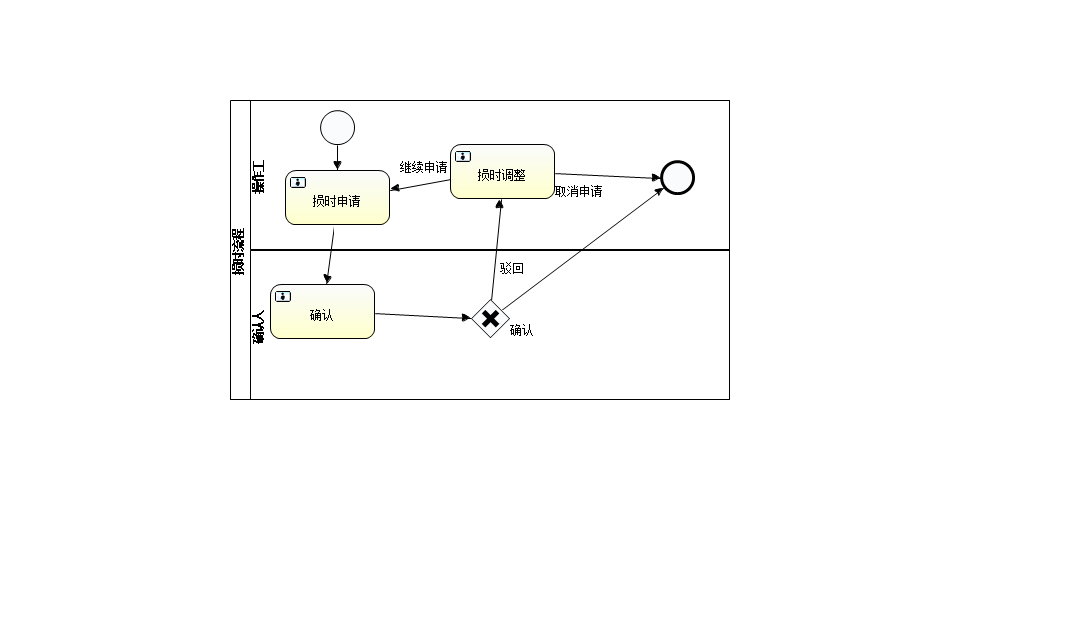
The BPMN diagram dimes/src/main/resources/workflow/diagrams/lostTimeWorkflow.png in zdq0412/dimes, before a commit. Its source is kept beside it as dimes/src/main/resources/workflow/diagrams/lostTimeWorkflow.bpmn. Ids are renumbered. Its diagram source:
```xml
<definitions xmlns="http://www.omg.org/spec/BPMN/20100524/MODEL" xmlns:xsi="http://www.w3.org/2001/XMLSchema-instance" xmlns:xsd="http://www.w3.org/2001/XMLSchema" xmlns:activiti="http://activiti.org/bpmn" xmlns:bpmndi="http://www.omg.org/spec/BPMN/20100524/DI" xmlns:omgdc="http://www.omg.org/spec/DD/20100524/DC" xmlns:omgdi="http://www.omg.org/spec/DD/20100524/DI" typeLanguage="http://www.w3.org/2001/XMLSchema" expressionLanguage="http://www.w3.org/1999/XPath" targetNamespace="http://www.digitzones.com">
  <collaboration id="Collaboration">
    <participant id="lostTimePool" name="损时流程" processRef="lostTimeWorkflow"></participant>
  </collaboration>
  <process id="lostTimeWorkflow" name="损时流程" isExecutable="true">
    <laneSet id="laneSet_lostTimeWorkflow">
      <lane id="employeeLane" name="操作工">
        <flowNodeRef>lostTimeWorkflowStart</flowNodeRef>
        <flowNodeRef>lostTimeApply</flowNodeRef>
        <flowNodeRef>endevent1</flowNodeRef>
        <flowNodeRef>adjustLostTime</flowNodeRef>
      </lane>
      <lane id="confirmLane" name="确认人">
        <flowNodeRef>confirm</flowNodeRef>
        <flowNodeRef>exclusivegateway1</flowNodeRef>
      </lane>
    </laneSet>
    <startEvent id="lostTimeWorkflowStart" name="损时流程开始" activiti:initiator="applyUserId"></startEvent>
    <sequenceFlow id="flow1" sourceRef="lostTimeApply" targetRef="confirm"></sequenceFlow>
    <userTask id="confirm" name="确认" activiti:assignee="${lostTimeConfirmPerson}" activiti:candidateUsers="${lostTimeConfirmPersons}" activiti:candidateGroups="${lostTimeConfirmRoles}"></userTask>
    <userTask id="lostTimeApply" name="损时申请" activiti:assignee="${applyUserId}"></userTask>
    <sequenceFlow id="flow2" sourceRef="lostTimeWorkflowStart" targetRef="lostTimeApply"></sequenceFlow>
    <exclusiveGateway id="exclusivegateway1" name="Exclusive Gateway"></exclusiveGateway>
    <sequenceFlow id="flow3" sourceRef="confirm" targetRef="exclusivegateway1"></sequenceFlow>
    <sequenceFlow id="flow4" name="确认" sourceRef="exclusivegateway1" targetRef="endevent1"></sequenceFlow>
    <sequenceFlow id="flow5" name="驳回" sourceRef="exclusivegateway1" targetRef="adjustLostTime"></sequenceFlow>
    <userTask id="adjustLostTime" name="损时调整" activiti:assignee="${applyUserId}"></userTask>
    <endEvent id="endevent1" name="End"></endEvent>
    <sequenceFlow id="flow6" name="取消申请" sourceRef="adjustLostTime" targetRef="endevent1"></sequenceFlow>
    <sequenceFlow id="flow7" name="继续申请" sourceRef="adjustLostTime" targetRef="lostTimeApply"></sequenceFlow>
  </process>
  <bpmndi:BPMNDiagram id="BPMNDiagram_Collaboration">
    <bpmndi:BPMNPlane bpmnElement="Collaboration" id="BPMNPlane_Collaboration">
      <bpmndi:BPMNShape bpmnElement="lostTimePool" id="BPMNShape_lostTimePool">
        <omgdc:Bounds height="300.0" width="500.0" x="230.0" y="100.0"></omgdc:Bounds>
      </bpmndi:BPMNShape>
      <bpmndi:BPMNShape bpmnElement="employeeLane" id="BPMNShape_employeeLane">
        <omgdc:Bounds height="150.0" width="480.0" x="250.0" y="100.0"></omgdc:Bounds>
      </bpmndi:BPMNShape>
      <bpmndi:BPMNShape bpmnElement="confirmLane" id="BPMNShape_confirmLane">
        <omgdc:Bounds height="150.0" width="480.0" x="250.0" y="250.0"></omgdc:Bounds>
      </bpmndi:BPMNShape>
      <bpmndi:BPMNShape bpmnElement="lostTimeWorkflowStart" id="BPMNShape_lostTimeWorkflowStart">
        <omgdc:Bounds height="35.0" width="35.0" x="320.0" y="110.0"></omgdc:Bounds>
      </bpmndi:BPMNShape>
      <bpmndi:BPMNShape bpmnElement="confirm" id="BPMNShape_confirm">
        <omgdc:Bounds height="55.0" width="105.0" x="270.0" y="284.0"></omgdc:Bounds>
      </bpmndi:BPMNShape>
      <bpmndi:BPMNShape bpmnElement="lostTimeApply" id="BPMNShape_lostTimeApply">
        <omgdc:Bounds height="55.0" width="105.0" x="285.0" y="170.0"></omgdc:Bounds>
      </bpmndi:BPMNShape>
      <bpmndi:BPMNShape bpmnElement="exclusivegateway1" id="BPMNShape_exclusivegateway1">
        <omgdc:Bounds height="40.0" width="40.0" x="470.0" y="298.0"></omgdc:Bounds>
      </bpmndi:BPMNShape>
      <bpmndi:BPMNShape bpmnElement="adjustLostTime" id="BPMNShape_adjustLostTime">
        <omgdc:Bounds height="55.0" width="105.0" x="450.0" y="144.0"></omgdc:Bounds>
      </bpmndi:BPMNShape>
      <bpmndi:BPMNShape bpmnElement="endevent1" id="BPMNShape_endevent1">
        <omgdc:Bounds height="35.0" width="35.0" x="660.0" y="160.0"></omgdc:Bounds>
      </bpmndi:BPMNShape>
      <bpmndi:BPMNEdge bpmnElement="flow1" id="BPMNEdge_flow1">
        <omgdi:waypoint x="337.0" y="225.0"></omgdi:waypoint>
        <omgdi:waypoint x="322.0" y="284.0"></omgdi:waypoint>
      </bpmndi:BPMNEdge>
      <bpmndi:BPMNEdge bpmnElement="flow2" id="BPMNEdge_flow2">
        <omgdi:waypoint x="337.0" y="145.0"></omgdi:waypoint>
        <omgdi:waypoint x="337.0" y="170.0"></omgdi:waypoint>
      </bpmndi:BPMNEdge>
      <bpmndi:BPMNEdge bpmnElement="flow3" id="BPMNEdge_flow3">
        <omgdi:waypoint x="375.0" y="311.0"></omgdi:waypoint>
        <omgdi:waypoint x="470.0" y="318.0"></omgdi:waypoint>
      </bpmndi:BPMNEdge>
      <bpmndi:BPMNEdge bpmnElement="flow4" id="BPMNEdge_flow4">
        <omgdi:waypoint x="490.0" y="298.0"></omgdi:waypoint>
        <omgdi:waypoint x="677.0" y="195.0"></omgdi:waypoint>
        <bpmndi:BPMNLabel>
          <omgdc:Bounds height="14.0" width="100.0" x="490.0" y="298.0"></omgdc:Bounds>
        </bpmndi:BPMNLabel>
      </bpmndi:BPMNEdge>
      <bpmndi:BPMNEdge bpmnElement="flow5" id="BPMNEdge_flow5">
        <omgdi:waypoint x="490.0" y="298.0"></omgdi:waypoint>
        <omgdi:waypoint x="502.0" y="199.0"></omgdi:waypoint>
        <bpmndi:BPMNLabel>
          <omgdc:Bounds height="14.0" width="100.0" x="480.0" y="233.0"></omgdc:Bounds>
        </bpmndi:BPMNLabel>
      </bpmndi:BPMNEdge>
      <bpmndi:BPMNEdge bpmnElement="flow6" id="BPMNEdge_flow6">
        <omgdi:waypoint x="555.0" y="171.0"></omgdi:waypoint>
        <omgdi:waypoint x="660.0" y="177.0"></omgdi:waypoint>
        <bpmndi:BPMNLabel>
          <omgdc:Bounds height="14.0" width="100.0" x="555.0" y="171.0"></omgdc:Bounds>
        </bpmndi:BPMNLabel>
      </bpmndi:BPMNEdge>
      <bpmndi:BPMNEdge bpmnElement="flow7" id="BPMNEdge_flow7">
        <omgdi:waypoint x="450.0" y="171.0"></omgdi:waypoint>
        <omgdi:waypoint x="390.0" y="197.0"></omgdi:waypoint>
        <bpmndi:BPMNLabel>
          <omgdc:Bounds height="14.0" width="100.0" x="329.0" y="132.0"></omgdc:Bounds>
        </bpmndi:BPMNLabel>
      </bpmndi:BPMNEdge>
    </bpmndi:BPMNPlane>
  </bpmndi:BPMNDiagram>
</definitions>
```
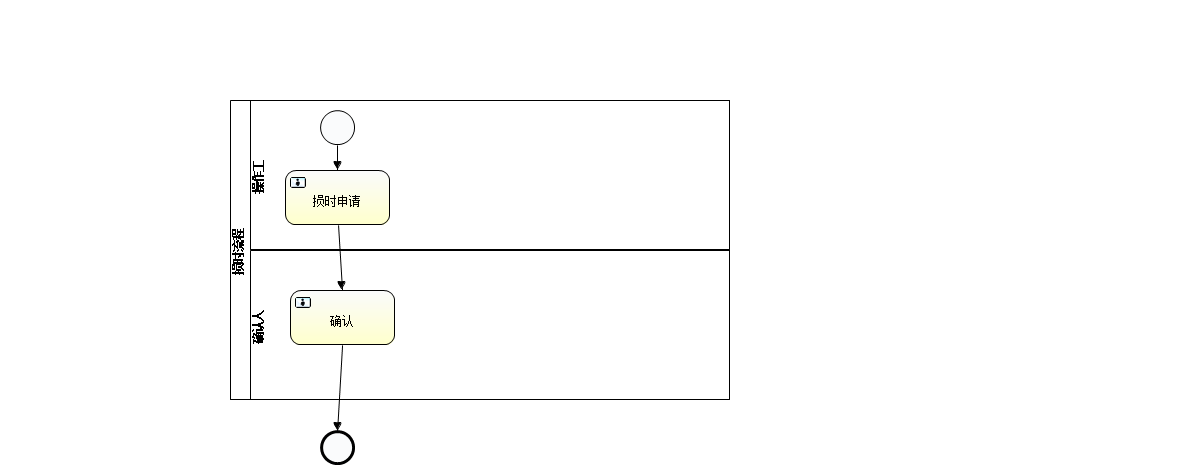
After the change.

What changed in the source:
```diff
@@ -7,12 +7,9 @@
       <lane id="employeeLane" name="操作工">
         <flowNodeRef>lostTimeWorkflowStart</flowNodeRef>
         <flowNodeRef>lostTimeApply</flowNodeRef>
-        <flowNodeRef>endevent1</flowNodeRef>
-        <flowNodeRef>adjustLostTime</flowNodeRef>
       </lane>
       <lane id="confirmLane" name="确认人">
         <flowNodeRef>confirm</flowNodeRef>
-        <flowNodeRef>exclusivegateway1</flowNodeRef>
       </lane>
     </laneSet>
     <startEvent id="lostTimeWorkflowStart" name="损时流程开始" activiti:initiator="applyUserId"></startEvent>
@@ -20,14 +17,8 @@
     <userTask id="confirm" name="确认" activiti:assignee="${lostTimeConfirmPerson}" activiti:candidateUsers="${lostTimeConfirmPersons}" activiti:candidateGroups="${lostTimeConfirmRoles}"></userTask>
     <userTask id="lostTimeApply" name="损时申请" activiti:assignee="${applyUserId}"></userTask>
     <sequenceFlow id="flow2" sourceRef="lostTimeWorkflowStart" targetRef="lostTimeApply"></sequenceFlow>
-    <exclusiveGateway id="exclusivegateway1" name="Exclusive Gateway"></exclusiveGateway>
-    <sequenceFlow id="flow3" sourceRef="confirm" targetRef="exclusivegateway1"></sequenceFlow>
-    <sequenceFlow id="flow4" name="确认" sourceRef="exclusivegateway1" targetRef="endevent1"></sequenceFlow>
-    <sequenceFlow id="flow5" name="驳回" sourceRef="exclusivegateway1" targetRef="adjustLostTime"></sequenceFlow>
-    <userTask id="adjustLostTime" name="损时调整" activiti:assignee="${applyUserId}"></userTask>
-    <endEvent id="endevent1" name="End"></endEvent>
-    <sequenceFlow id="flow6" name="取消申请" sourceRef="adjustLostTime" targetRef="endevent1"></sequenceFlow>
-    <sequenceFlow id="flow7" name="继续申请" sourceRef="adjustLostTime" targetRef="lostTimeApply"></sequenceFlow>
+    <sequenceFlow id="flow8" sourceRef="confirm" targetRef="endevent2"></sequenceFlow>
+    <endEvent id="endevent2" name="End"></endEvent>
   </process>
   <bpmndi:BPMNDiagram id="BPMNDiagram_Collaboration">
     <bpmndi:BPMNPlane bpmnElement="Collaboration" id="BPMNPlane_Collaboration">
@@ -44,59 +35,25 @@
         <omgdc:Bounds height="35.0" width="35.0" x="320.0" y="110.0"></omgdc:Bounds>
       </bpmndi:BPMNShape>
       <bpmndi:BPMNShape bpmnElement="confirm" id="BPMNShape_confirm">
-        <omgdc:Bounds height="55.0" width="105.0" x="270.0" y="284.0"></omgdc:Bounds>
+        <omgdc:Bounds height="55.0" width="105.0" x="290.0" y="290.0"></omgdc:Bounds>
       </bpmndi:BPMNShape>
       <bpmndi:BPMNShape bpmnElement="lostTimeApply" id="BPMNShape_lostTimeApply">
         <omgdc:Bounds height="55.0" width="105.0" x="285.0" y="170.0"></omgdc:Bounds>
       </bpmndi:BPMNShape>
-      <bpmndi:BPMNShape bpmnElement="exclusivegateway1" id="BPMNShape_exclusivegateway1">
-        <omgdc:Bounds height="40.0" width="40.0" x="470.0" y="298.0"></omgdc:Bounds>
-      </bpmndi:BPMNShape>
-      <bpmndi:BPMNShape bpmnElement="adjustLostTime" id="BPMNShape_adjustLostTime">
-        <omgdc:Bounds height="55.0" width="105.0" x="450.0" y="144.0"></omgdc:Bounds>
-      </bpmndi:BPMNShape>
-      <bpmndi:BPMNShape bpmnElement="endevent1" id="BPMNShape_endevent1">
-        <omgdc:Bounds height="35.0" width="35.0" x="660.0" y="160.0"></omgdc:Bounds>
+      <bpmndi:BPMNShape bpmnElement="endevent2" id="BPMNShape_endevent2">
+        <omgdc:Bounds height="35.0" width="35.0" x="320.0" y="430.0"></omgdc:Bounds>
       </bpmndi:BPMNShape>
       <bpmndi:BPMNEdge bpmnElement="flow1" id="BPMNEdge_flow1">
         <omgdi:waypoint x="337.0" y="225.0"></omgdi:waypoint>
-        <omgdi:waypoint x="322.0" y="284.0"></omgdi:waypoint>
+        <omgdi:waypoint x="342.0" y="290.0"></omgdi:waypoint>
       </bpmndi:BPMNEdge>
       <bpmndi:BPMNEdge bpmnElement="flow2" id="BPMNEdge_flow2">
         <omgdi:waypoint x="337.0" y="145.0"></omgdi:waypoint>
         <omgdi:waypoint x="337.0" y="170.0"></omgdi:waypoint>
       </bpmndi:BPMNEdge>
-      <bpmndi:BPMNEdge bpmnElement="flow3" id="BPMNEdge_flow3">
-        <omgdi:waypoint x="375.0" y="311.0"></omgdi:waypoint>
-        <omgdi:waypoint x="470.0" y="318.0"></omgdi:waypoint>
-      </bpmndi:BPMNEdge>
-      <bpmndi:BPMNEdge bpmnElement="flow4" id="BPMNEdge_flow4">
-        <omgdi:waypoint x="490.0" y="298.0"></omgdi:waypoint>
-        <omgdi:waypoint x="677.0" y="195.0"></omgdi:waypoint>
-        <bpmndi:BPMNLabel>
-          <omgdc:Bounds height="14.0" width="100.0" x="490.0" y="298.0"></omgdc:Bounds>
-        </bpmndi:BPMNLabel>
-      </bpmndi:BPMNEdge>
-      <bpmndi:BPMNEdge bpmnElement="flow5" id="BPMNEdge_flow5">
-        <omgdi:waypoint x="490.0" y="298.0"></omgdi:waypoint>
-        <omgdi:waypoint x="502.0" y="199.0"></omgdi:waypoint>
-        <bpmndi:BPMNLabel>
-          <omgdc:Bounds height="14.0" width="100.0" x="480.0" y="233.0"></omgdc:Bounds>
-        </bpmndi:BPMNLabel>
-      </bpmndi:BPMNEdge>
-      <bpmndi:BPMNEdge bpmnElement="flow6" id="BPMNEdge_flow6">
-        <omgdi:waypoint x="555.0" y="171.0"></omgdi:waypoint>
-        <omgdi:waypoint x="660.0" y="177.0"></omgdi:waypoint>
-        <bpmndi:BPMNLabel>
-          <omgdc:Bounds height="14.0" width="100.0" x="555.0" y="171.0"></omgdc:Bounds>
-        </bpmndi:BPMNLabel>
-      </bpmndi:BPMNEdge>
-      <bpmndi:BPMNEdge bpmnElement="flow7" id="BPMNEdge_flow7">
-        <omgdi:waypoint x="450.0" y="171.0"></omgdi:waypoint>
-        <omgdi:waypoint x="390.0" y="197.0"></omgdi:waypoint>
-        <bpmndi:BPMNLabel>
-          <omgdc:Bounds height="14.0" width="100.0" x="329.0" y="132.0"></omgdc:Bounds>
-        </bpmndi:BPMNLabel>
+      <bpmndi:BPMNEdge bpmnElement="flow8" id="BPMNEdge_flow8">
+        <omgdi:waypoint x="342.0" y="345.0"></omgdi:waypoint>
+        <omgdi:waypoint x="337.0" y="430.0"></omgdi:waypoint>
       </bpmndi:BPMNEdge>
     </bpmndi:BPMNPlane>
   </bpmndi:BPMNDiagram>
```
